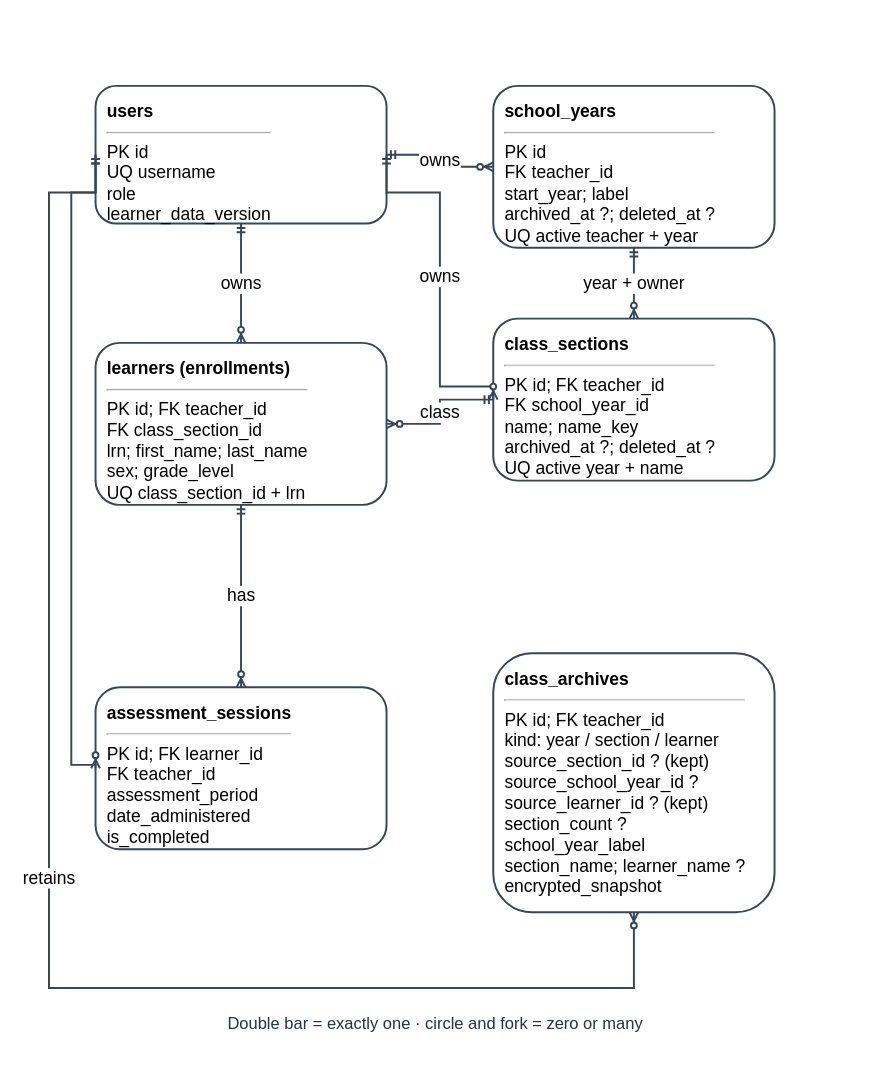
The draw.io diagram docs/diagrams/class-workspaces/figure-24-class-erd.drawio in AkuSayangKamuJudaSayang/crl-app, before the edit. Source tidied: cells renumbered, new cells numbered last; positions are measured from the earlier drawing's top-left corner, leaving out a move shared by most shapes. Both pictures are drawn from the tidied source at 97%, with x=0, y=0 at pixel (48, 85).
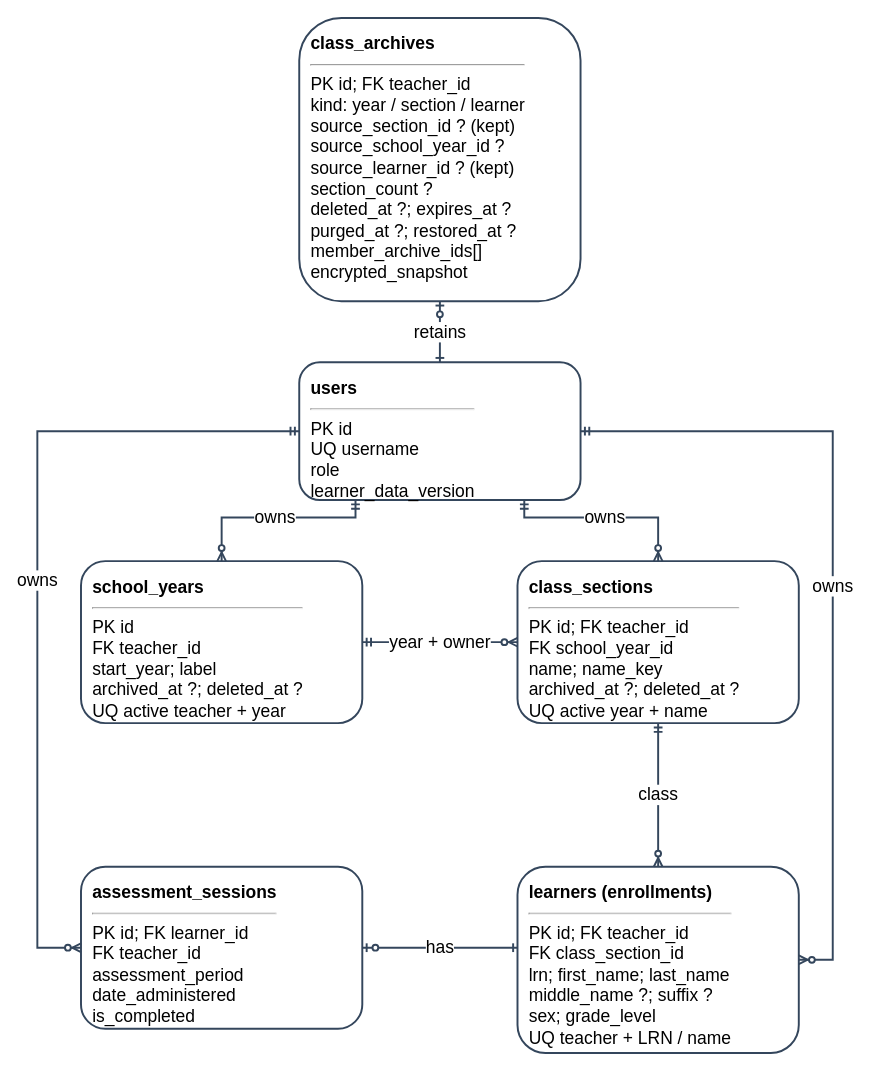
The same diagram, later.

The edit, as a diff of the source:
```diff
@@
-    <mxCell id="2" value="Double bar = exactly one · circle and fork = zero or many" style="text;html=1;align=center;verticalAlign=top;fontSize=17;fontColor=#223249;fontStyle=0;strokeColor=none;fillColor=none;" parent="1" vertex="1">
-      <mxGeometry x="98" y="951" width="600" height="20.4" as="geometry" />
-    </mxCell>
+    <mxCell id="8" value="&lt;b&gt;class_archives&lt;/b&gt;&lt;br&gt;&lt;hr&gt;PK id; FK teacher_id&lt;br&gt;kind: year / section / learner&lt;br&gt;source_section_id ? (kept)&lt;br&gt;source_school_year_id ?&lt;br&gt;source_learner_id ? (kept)&lt;br&gt;section_count ?&lt;br&gt;deleted_at ?; expires_at ?&lt;br&gt;purged_at ?; restored_at ?&lt;br&gt;member_archive_ids[]&lt;br&gt;encrypted_snapshot" style="rounded=1;html=1;whiteSpace=wrap;fillColor=#ffffff;strokeColor=#34465c;strokeWidth=2;align=left;verticalAlign=top;spacing=12;fontSize=18;" parent="1" vertex="1">
+      <mxGeometry x="258" y="-70" width="290" height="292" as="geometry" />
+    </mxCell>
     <mxCell id="3" value="&lt;b&gt;users&lt;/b&gt;&lt;br&gt;&lt;hr&gt;PK id&lt;br&gt;UQ username&lt;br&gt;role&lt;br&gt;learner_data_version" style="rounded=1;html=1;whiteSpace=wrap;fillColor=#ffffff;strokeColor=#34465c;strokeWidth=2;align=left;verticalAlign=top;spacing=12;fontSize=18;" parent="1" vertex="1">
-      <mxGeometry x="48" width="300" height="142" as="geometry" />
+      <mxGeometry x="258" y="285" width="290" height="142" as="geometry" />
     </mxCell>
     <mxCell id="4" value="&lt;b&gt;school_years&lt;/b&gt;&lt;br&gt;&lt;hr&gt;PK id&lt;br&gt;FK teacher_id&lt;br&gt;start_year; label&lt;br&gt;archived_at ?; deleted_at ?&lt;br&gt;UQ active teacher + year" style="rounded=1;html=1;whiteSpace=wrap;fillColor=#ffffff;strokeColor=#34465c;strokeWidth=2;align=left;verticalAlign=top;spacing=12;fontSize=18;" parent="1" vertex="1">
-      <mxGeometry x="458" width="290" height="167" as="geometry" />
+      <mxGeometry x="33" y="490" width="290" height="167" as="geometry" />
     </mxCell>
     <mxCell id="5" value="&lt;b&gt;class_sections&lt;/b&gt;&lt;br&gt;&lt;hr&gt;PK id; FK teacher_id&lt;br&gt;FK school_year_id&lt;br&gt;name; name_key&lt;br&gt;archived_at ?; deleted_at ?&lt;br&gt;UQ active year + name" style="rounded=1;html=1;whiteSpace=wrap;fillColor=#ffffff;strokeColor=#34465c;strokeWidth=2;align=left;verticalAlign=top;spacing=12;fontSize=18;" parent="1" vertex="1">
-      <mxGeometry x="458" y="240" width="290" height="167" as="geometry" />
+      <mxGeometry x="483" y="490" width="290" height="167" as="geometry" />
     </mxCell>
+    <mxCell id="7" value="&lt;b&gt;assessment_sessions&lt;/b&gt;&lt;br&gt;&lt;hr&gt;PK id; FK learner_id&lt;br&gt;FK teacher_id&lt;br&gt;assessment_period&lt;br&gt;date_administered&lt;br&gt;is_completed" style="rounded=1;html=1;whiteSpace=wrap;fillColor=#ffffff;strokeColor=#34465c;strokeWidth=2;align=left;verticalAlign=top;spacing=12;fontSize=18;" parent="1" vertex="1">
+      <mxGeometry x="33" y="805" width="290" height="167" as="geometry" />
+    </mxCell>
-    <mxCell id="6" value="&lt;b&gt;learners (enrollments)&lt;/b&gt;&lt;br&gt;&lt;hr&gt;PK id; FK teacher_id&lt;br&gt;FK class_section_id&lt;br&gt;lrn; first_name; last_name&lt;br&gt;sex; grade_level&lt;br&gt;UQ class_section_id + lrn" style="rounded=1;html=1;whiteSpace=wrap;fillColor=#ffffff;strokeColor=#34465c;strokeWidth=2;align=left;verticalAlign=top;spacing=12;fontSize=18;" parent="1" vertex="1">
-      <mxGeometry x="48" y="265" width="300" height="167" as="geometry" />
+    <mxCell id="6" value="&lt;b&gt;learners (enrollments)&lt;/b&gt;&lt;br&gt;&lt;hr&gt;PK id; FK teacher_id&lt;br&gt;FK class_section_id&lt;br&gt;lrn; first_name; last_name&lt;br&gt;middle_name ?; suffix ?&lt;br&gt;sex; grade_level&lt;br&gt;UQ teacher + LRN / name" style="rounded=1;html=1;whiteSpace=wrap;fillColor=#ffffff;strokeColor=#34465c;strokeWidth=2;align=left;verticalAlign=top;spacing=12;fontSize=18;" parent="1" vertex="1">
+      <mxGeometry x="483" y="805" width="290" height="192" as="geometry" />
     </mxCell>
-    <mxCell id="7" value="&lt;b&gt;assessment_sessions&lt;/b&gt;&lt;br&gt;&lt;hr&gt;PK id; FK learner_id&lt;br&gt;FK teacher_id&lt;br&gt;assessment_period&lt;br&gt;date_administered&lt;br&gt;is_completed" style="rounded=1;html=1;whiteSpace=wrap;fillColor=#ffffff;strokeColor=#34465c;strokeWidth=2;align=left;verticalAlign=top;spacing=12;fontSize=18;" parent="1" vertex="1">
-      <mxGeometry x="48" y="620" width="300" height="167" as="geometry" />
-    </mxCell>
-    <mxCell id="8" value="&lt;b&gt;class_archives&lt;/b&gt;&lt;br&gt;&lt;hr&gt;PK id; FK teacher_id&lt;br&gt;kind: year / section / learner&lt;br&gt;source_section_id ? (kept)&lt;br&gt;source_school_year_id ?&lt;br&gt;source_learner_id ? (kept)&lt;br&gt;section_count ?&lt;br&gt;school_year_label&lt;br&gt;section_name; learner_name ?&lt;br&gt;encrypted_snapshot" style="rounded=1;html=1;whiteSpace=wrap;fillColor=#ffffff;strokeColor=#34465c;strokeWidth=2;align=left;verticalAlign=top;spacing=12;fontSize=18;" parent="1" vertex="1">
-      <mxGeometry x="458" y="585" width="290" height="267" as="geometry" />
-    </mxCell>
-    <mxCell id="9" value="owns" style="edgeStyle=orthogonalEdgeStyle;rounded=0;html=1;endArrow=none;strokeColor=#34465c;strokeWidth=2;exitX=1;exitY=0.5;entryX=0;entryY=0.5;fontSize=18;labelBackgroundColor=#ffffff;startArrow=ERmandOne;endArrow=ERzeroToMany;" parent="1" edge="1" source="3" target="4">
+    <mxCell id="9" value="retains" style="edgeStyle=orthogonalEdgeStyle;rounded=0;html=1;endArrow=none;strokeColor=#34465c;strokeWidth=2;exitX=0.5;exitY=1;entryX=0.5;entryY=0;fontSize=18;labelBackgroundColor=#ffffff;startArrow=ERzeroToOne;endArrow=ERone;" parent="1" edge="1" source="8" target="3">
       <mxGeometry relative="1" as="geometry" />
     </mxCell>
-    <mxCell id="10" value="year + owner" style="edgeStyle=orthogonalEdgeStyle;rounded=0;html=1;endArrow=none;strokeColor=#34465c;strokeWidth=2;exitX=0.5;exitY=1;entryX=0.5;entryY=0;fontSize=18;labelBackgroundColor=#ffffff;startArrow=ERmandOne;endArrow=ERzeroToMany;" parent="1" edge="1" source="4" target="5">
-      <mxGeometry relative="1" as="geometry" />
+    <mxCell id="10" value="owns" style="edgeStyle=orthogonalEdgeStyle;rounded=0;html=1;endArrow=none;strokeColor=#34465c;strokeWidth=2;exitX=0.2;exitY=1;entryX=0.5;entryY=0;fontSize=18;labelBackgroundColor=#ffffff;startArrow=ERmandOne;endArrow=ERzeroToMany;" parent="1" edge="1" source="3" target="4">
+      <mxGeometry relative="1" as="geometry">
+        <Array as="points">
+          <mxPoint x="316" y="445" />
+          <mxPoint x="178" y="445" />
+        </Array>
+      </mxGeometry>
     </mxCell>
-    <mxCell id="11" value="class" style="edgeStyle=orthogonalEdgeStyle;rounded=0;html=1;endArrow=none;strokeColor=#34465c;strokeWidth=2;exitX=0;exitY=0.5;entryX=1;entryY=0.5;fontSize=18;labelBackgroundColor=#ffffff;startArrow=ERmandOne;endArrow=ERzeroToMany;" parent="1" edge="1" source="5" target="6">
-      <mxGeometry relative="1" as="geometry" />
+    <mxCell id="11" value="owns" style="edgeStyle=orthogonalEdgeStyle;rounded=0;html=1;endArrow=none;strokeColor=#34465c;strokeWidth=2;exitX=0.8;exitY=1;entryX=0.5;entryY=0;fontSize=18;labelBackgroundColor=#ffffff;startArrow=ERmandOne;endArrow=ERzeroToMany;" parent="1" edge="1" source="3" target="5">
+      <mxGeometry relative="1" as="geometry">
+        <Array as="points">
+          <mxPoint x="490" y="445" />
+          <mxPoint x="628" y="445" />
+        </Array>
+      </mxGeometry>
     </mxCell>
-    <mxCell id="12" value="has" style="edgeStyle=orthogonalEdgeStyle;rounded=0;html=1;endArrow=none;strokeColor=#34465c;strokeWidth=2;exitX=0.5;exitY=1;entryX=0.5;entryY=0;fontSize=18;labelBackgroundColor=#ffffff;startArrow=ERmandOne;endArrow=ERzeroToMany;" parent="1" edge="1" source="6" target="7">
+    <mxCell id="12" value="year + owner" style="edgeStyle=orthogonalEdgeStyle;rounded=0;html=1;endArrow=none;strokeColor=#34465c;strokeWidth=2;exitX=1;exitY=0.5;entryX=0;entryY=0.5;fontSize=18;labelBackgroundColor=#ffffff;startArrow=ERmandOne;endArrow=ERzeroToMany;" parent="1" edge="1" source="4" target="5">
       <mxGeometry relative="1" as="geometry" />
     </mxCell>
-    <mxCell id="13" value="owns" style="edgeStyle=orthogonalEdgeStyle;rounded=0;html=1;endArrow=none;strokeColor=#34465c;strokeWidth=2;exitX=1;exitY=0.5;entryX=0;entryY=0.5;fontSize=18;labelBackgroundColor=#ffffff;startArrow=ERmandOne;endArrow=ERzeroToMany;" parent="1" edge="1" source="3" target="5">
-      <mxGeometry relative="1" as="geometry">
-        <Array as="points">
-          <mxPoint x="403" y="110" />
-          <mxPoint x="403" y="310" />
-        </Array>
-      </mxGeometry>
+    <mxCell id="13" value="class" style="edgeStyle=orthogonalEdgeStyle;rounded=0;html=1;endArrow=none;strokeColor=#34465c;strokeWidth=2;exitX=0.5;exitY=1;entryX=0.5;entryY=0;fontSize=18;labelBackgroundColor=#ffffff;startArrow=ERmandOne;endArrow=ERzeroToMany;" parent="1" edge="1" source="5" target="6">
+      <mxGeometry relative="1" as="geometry" />
     </mxCell>
-    <mxCell id="14" value="owns" style="edgeStyle=orthogonalEdgeStyle;rounded=0;html=1;endArrow=none;strokeColor=#34465c;strokeWidth=2;exitX=0.5;exitY=1;entryX=0.5;entryY=0;fontSize=18;labelBackgroundColor=#ffffff;startArrow=ERmandOne;endArrow=ERzeroToMany;" parent="1" edge="1" source="3" target="6">
+    <mxCell id="14" value="has" style="edgeStyle=orthogonalEdgeStyle;rounded=0;html=1;endArrow=none;strokeColor=#34465c;strokeWidth=2;exitX=1;exitY=0.5;entryX=0;entryY=0.4348958333333;fontSize=18;labelBackgroundColor=#ffffff;startArrow=ERzeroToOne;endArrow=ERone;" parent="1" edge="1" source="7" target="6">
       <mxGeometry relative="1" as="geometry" />
     </mxCell>
-    <mxCell id="15" style="edgeStyle=orthogonalEdgeStyle;rounded=0;html=1;endArrow=none;strokeColor=#34465c;strokeWidth=2;exitX=0;exitY=0.5;entryX=0;entryY=0.5;fontSize=18;labelBackgroundColor=#ffffff;startArrow=ERmandOne;endArrow=ERzeroToMany;" parent="1" edge="1" source="3" target="7">
+    <mxCell id="15" value="owns" style="edgeStyle=orthogonalEdgeStyle;rounded=0;html=1;endArrow=none;strokeColor=#34465c;strokeWidth=2;exitX=0;exitY=0.5;entryX=0;entryY=0.5;fontSize=18;labelBackgroundColor=#ffffff;startArrow=ERmandOne;endArrow=ERzeroToMany;" parent="1" edge="1" source="3" target="7">
       <mxGeometry relative="1" as="geometry">
         <Array as="points">
-          <mxPoint x="23" y="110" />
-          <mxPoint x="23" y="700" />
+          <mxPoint x="-12" y="356" />
+          <mxPoint x="-12" y="888.5" />
         </Array>
       </mxGeometry>
     </mxCell>
-    <mxCell id="16" value="retains" style="edgeStyle=orthogonalEdgeStyle;rounded=0;html=1;endArrow=none;strokeColor=#34465c;strokeWidth=2;exitX=0;exitY=0.5;entryX=0.5;entryY=1;fontSize=18;labelBackgroundColor=#ffffff;startArrow=ERmandOne;endArrow=ERzeroToMany;" parent="1" edge="1" source="3" target="8">
+    <mxCell id="16" value="owns" style="edgeStyle=orthogonalEdgeStyle;rounded=0;html=1;endArrow=none;strokeColor=#34465c;strokeWidth=2;exitX=1;exitY=0.5;entryX=1;entryY=0.5;fontSize=18;labelBackgroundColor=#ffffff;startArrow=ERmandOne;endArrow=ERzeroToMany;" parent="1" edge="1" source="3" target="6">
       <mxGeometry relative="1" as="geometry">
         <Array as="points">
-          <mxPoint y="110" />
-          <mxPoint y="930" />
-          <mxPoint x="603" y="930" />
+          <mxPoint x="808" y="356" />
+          <mxPoint x="808" y="901" />
         </Array>
       </mxGeometry>
     </mxCell>
```
